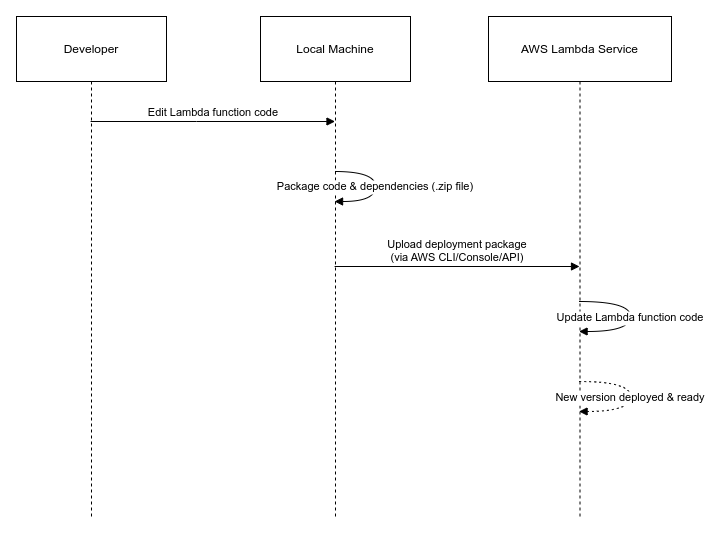
This is static/images/diagrams/workshop-5/lambda--update-function-code--local-machine.drawio.png from lethang7794/fcj-lambda-canary-with-aws-cli-workshop, a draw.io export, as it was before one commit. Source tidied: cells renumbered, new cells last; positions are measured from the earlier drawing's top-left corner, leaving out a move shared by most shapes.
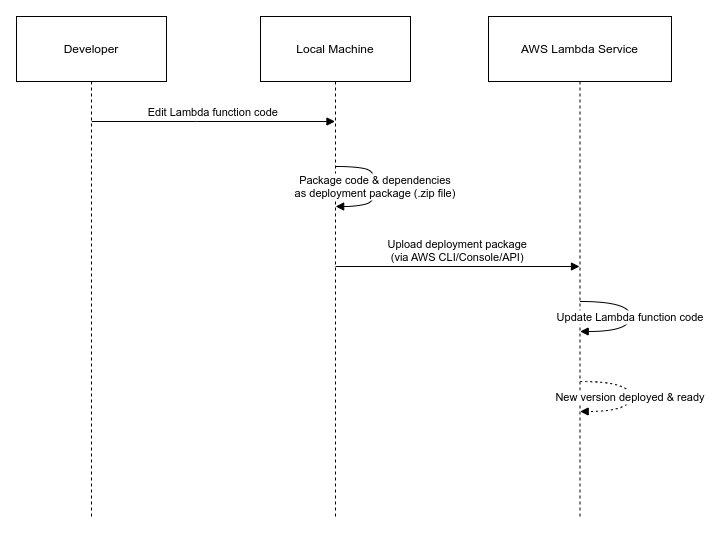
After the commit.

Commit message:
chore: fix alert, markdown style in diagram

Change to the diagram source:
```diff
@@ -18,11 +18,13 @@
         </Array>
       </mxGeometry>
     </mxCell>
-    <mxCell id="6" value="Package code &amp; dependencies (.zip file)" style="curved=1;endArrow=block;rounded=0;" parent="1" edge="1" source="3" target="3">
+    <mxCell id="6" value="Package code &amp; dependencies&#10;as deployment package (.zip file)" style="curved=1;endArrow=block;rounded=0;" parent="1" edge="1" source="3" target="3">
       <mxGeometry relative="1" as="geometry">
         <Array as="points">
+          <mxPoint x="340" y="150" />
           <mxPoint x="359" y="155" />
           <mxPoint x="359" y="185" />
+          <mxPoint x="340" y="190" />
         </Array>
       </mxGeometry>
     </mxCell>
```
